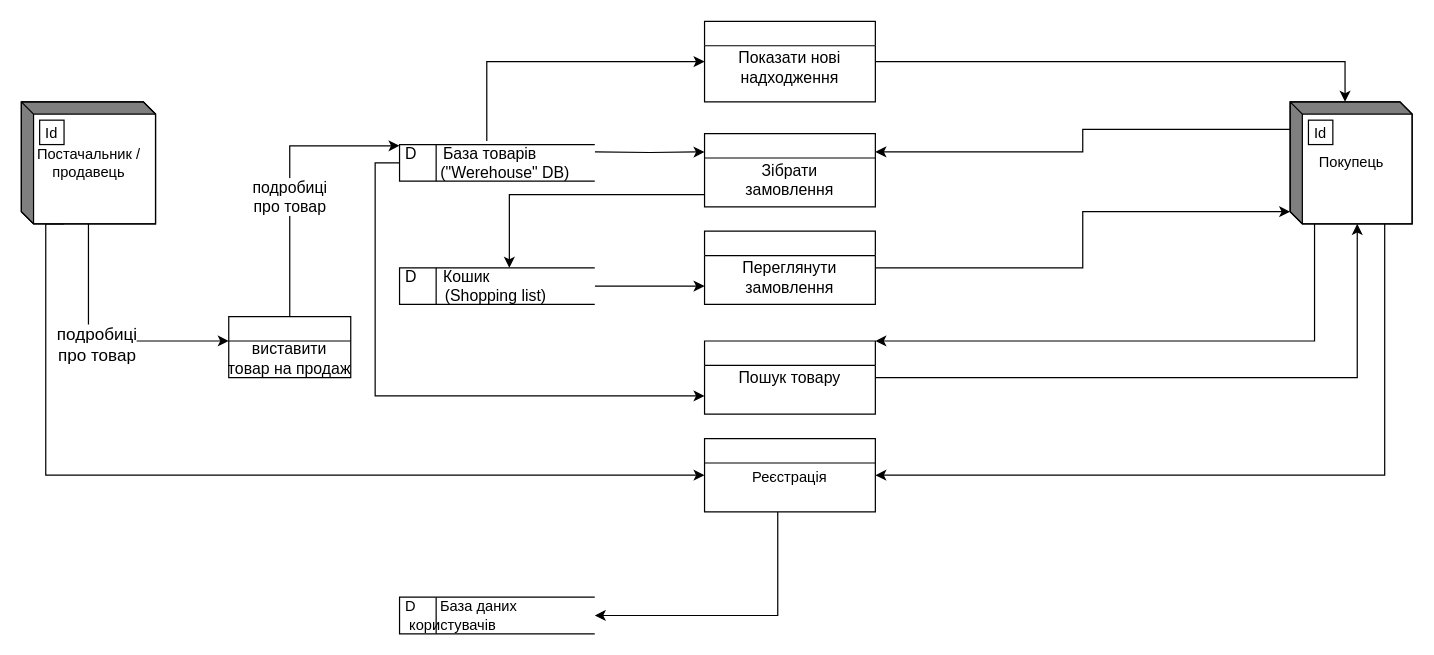
Shylo-Ivan-MIT/diagrams keeps this draw.io diagram as page "Page-2" (2 of 3) of FolderD/Untitled Diagram.drawio. Above is the earlier version. Source tidied: cells renumbered, new cells numbered last; positions are measured from the earlier drawing's top-left corner, leaving out a move shared by most shapes. Both pictures are drawn from the tidied source at 122%, with x=0, y=0 at pixel (21, 21).
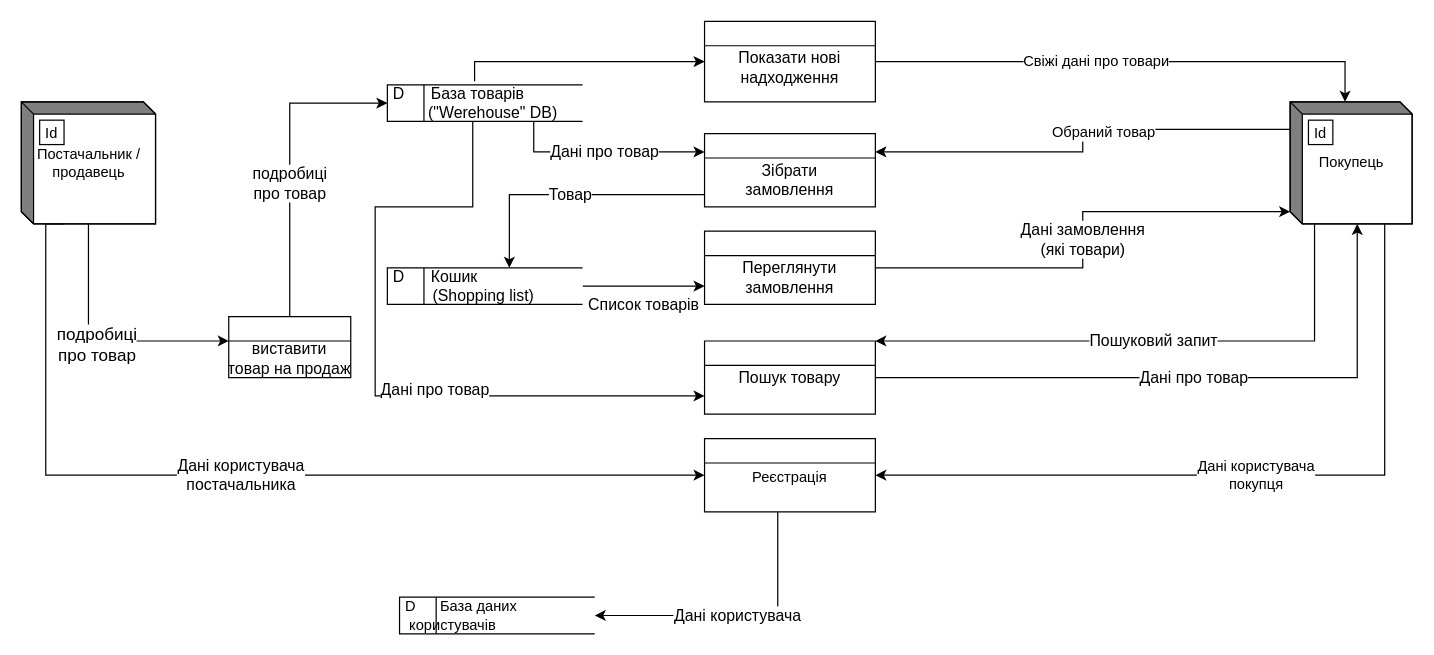
The same diagram, later.

Unchanged cells that the change refers to:
```xml
<mxCell id="8" style="edgeStyle=orthogonalEdgeStyle;rounded=0;jettySize=auto;html=1;entryX=0;entryY=0;entryDx=45;entryDy=0;entryPerimeter=0;fontSize=13;" parent="1" edge="1" source="9" target="18">
  <mxGeometry relative="1" as="geometry" />
</mxCell>
<mxCell id="9" value="&#10;Показати нові&#10;надходження" style="swimlane;fontStyle=0;horizontal=1;startSize=20;fillColor=#ffffff;swimlaneFillColor=#ffffff;verticalAlign=top;fontSize=13;" parent="1" vertex="1">
  <mxGeometry x="560" width="140" height="66" as="geometry" />
</mxCell>
<mxCell id="13" value="Постачальник /&lt;br&gt;продавець" style="html=1;dashed=0;whitespace=wrap;shape=mxgraph.dfd.externalEntity;" parent="1" vertex="1">
  <mxGeometry y="66" width="110" height="100" as="geometry" />
</mxCell>
<mxCell id="16" style="edgeStyle=orthogonalEdgeStyle;rounded=0;jettySize=auto;html=1;exitX=0;exitY=0;exitDx=0;exitDy=22.5;exitPerimeter=0;entryX=1;entryY=0.25;entryDx=0;entryDy=0;fontSize=13;" parent="1" edge="1" source="18" target="21">
  <mxGeometry relative="1" as="geometry" />
</mxCell>
<mxCell id="18" value="Покупець" style="html=1;dashed=0;whitespace=wrap;shape=mxgraph.dfd.externalEntity;" parent="1" vertex="1">
  <mxGeometry x="1040" y="66" width="100" height="100" as="geometry" />
</mxCell>
<mxCell id="21" value="&#10;Зібрати &#10;замовлення" style="swimlane;fontStyle=0;horizontal=1;startSize=20;fillColor=#ffffff;swimlaneFillColor=#ffffff;verticalAlign=top;labelPosition=center;verticalLabelPosition=middle;align=center;fontSize=13;" parent="1" vertex="1">
  <mxGeometry x="560" y="92" width="140" height="60" as="geometry" />
</mxCell>
<mxCell id="23" value="&#10;Переглянути&#10;замовлення" style="swimlane;fontStyle=0;horizontal=1;startSize=20;fillColor=#ffffff;swimlaneFillColor=#ffffff;verticalAlign=top;fontSize=13;" parent="1" vertex="1">
  <mxGeometry x="560" y="172" width="140" height="60" as="geometry" />
</mxCell>
<mxCell id="25" value="&#10;Пошук товару" style="swimlane;fontStyle=0;horizontal=1;startSize=20;fillColor=#ffffff;swimlaneFillColor=#ffffff;verticalAlign=top;fontSize=13;" parent="1" vertex="1">
  <mxGeometry x="560" y="262" width="140" height="60" as="geometry" />
</mxCell>
<mxCell id="27" value="&#10;&#10;&#10;Реєстрація" style="swimlane;fontStyle=0;horizontal=1;startSize=20;fillColor=#ffffff;swimlaneFillColor=#ffffff;" parent="1" vertex="1">
  <mxGeometry x="560" y="342" width="140" height="60" as="geometry" />
</mxCell>
<mxCell id="30" value="&#10;&#10;&#10;виставити &#10;товар на продаж" style="swimlane;fontStyle=0;horizontal=1;startSize=20;fillColor=#ffffff;swimlaneFillColor=#ffffff;fontSize=13;" parent="1" vertex="1">
  <mxGeometry x="170" y="242" width="100" height="50" as="geometry" />
</mxCell>
<mxCell id="31" value="D&amp;nbsp; &amp;nbsp; &amp;nbsp; База даних &lt;br&gt;&lt;span style=&quot;white-space: pre&quot;&gt; &lt;/span&gt;користувачів" style="html=1;dashed=0;whitespace=wrap;shape=mxgraph.dfd.dataStoreID;align=left;spacingLeft=3;points=[[0,0],[0.5,0],[1,0],[0,0.5],[1,0.5],[0,1],[0.5,1],[1,1]];" parent="1" vertex="1">
  <mxGeometry x="310" y="472" width="160" height="30" as="geometry" />
</mxCell>
```

Diff of the diagram source:
```diff
@@
     <mxCell id="2" style="edgeStyle=orthogonalEdgeStyle;rounded=0;jettySize=auto;html=1;entryX=0;entryY=0.5;entryDx=0;entryDy=0;fontSize=13;exitX=0.447;exitY=-0.1;exitDx=0;exitDy=0;exitPerimeter=0;" parent="1" edge="1" source="5" target="9">
       <mxGeometry relative="1" as="geometry">
         <Array as="points">
-          <mxPoint x="382" y="33" />
+          <mxPoint x="372" y="33" />
         </Array>
       </mxGeometry>
     </mxCell>
-    <mxCell id="3" style="edgeStyle=orthogonalEdgeStyle;rounded=0;jettySize=auto;html=1;fontSize=13;entryX=0;entryY=0.75;entryDx=0;entryDy=0;" parent="1" edge="1" source="5" target="25">
-      <mxGeometry relative="1" as="geometry">
+    <mxCell id="3" value="Дані про товар" style="edgeStyle=orthogonalEdgeStyle;rounded=0;jettySize=auto;html=1;fontSize=13;entryX=0;entryY=0.75;entryDx=0;entryDy=0;" parent="1" edge="1" source="5" target="25">
+      <mxGeometry x="0.23" y="5" relative="1" as="geometry">
         <Array as="points">
-          <mxPoint x="290" y="116" />
+          <mxPoint x="370" y="152" />
+          <mxPoint x="290" y="152" />
           <mxPoint x="290" y="307" />
         </Array>
       </mxGeometry>
     </mxCell>
-    <mxCell id="4" style="edgeStyle=orthogonalEdgeStyle;rounded=0;jettySize=auto;html=1;entryX=0;entryY=0.25;entryDx=0;entryDy=0;fontSize=13;" parent="1" edge="1" target="21">
-      <mxGeometry relative="1" as="geometry">
-        <mxPoint x="470" y="107" as="sourcePoint" />
-      </mxGeometry>
+    <mxCell id="4" value="Дані про товар" style="edgeStyle=orthogonalEdgeStyle;rounded=0;jettySize=auto;html=1;entryX=0;entryY=0.25;entryDx=0;entryDy=0;fontSize=13;exitX=0.75;exitY=1;exitDx=0;exitDy=0;exitPerimeter=0;" parent="1" edge="1" source="5" target="21">
+      <mxGeometry relative="1" as="geometry" />
     </mxCell>
     <mxCell id="5" value="&lt;font style=&quot;font-size: 13px&quot;&gt;D&amp;nbsp; &amp;nbsp; &amp;nbsp; База товарів&lt;br&gt;&amp;nbsp; &amp;nbsp; &amp;nbsp; &amp;nbsp; (&quot;Werehouse&quot; DB)&lt;/font&gt;" style="html=1;dashed=0;whitespace=wrap;shape=mxgraph.dfd.dataStoreID;align=left;spacingLeft=3;points=[[0,0],[0.5,0],[1,0],[0,0.5],[1,0.5],[0,1],[0.5,1],[1,1]];" parent="1" vertex="1">
-      <mxGeometry x="310" y="101" width="160" height="30" as="geometry" />
+      <mxGeometry x="300" y="52" width="160" height="30" as="geometry" />
     </mxCell>
-    <mxCell id="6" style="edgeStyle=orthogonalEdgeStyle;rounded=0;jettySize=auto;html=1;entryX=0;entryY=0.75;entryDx=0;entryDy=0;fontSize=13;" parent="1" edge="1" source="7" target="23">
-      <mxGeometry relative="1" as="geometry" />
+    <mxCell id="6" value="Список товарів" style="edgeStyle=orthogonalEdgeStyle;rounded=0;jettySize=auto;html=1;entryX=0;entryY=0.75;entryDx=0;entryDy=0;fontSize=13;" parent="1" edge="1" source="7" target="23">
+      <mxGeometry y="-15" relative="1" as="geometry" />
     </mxCell>
     <mxCell id="7" value="&lt;font style=&quot;font-size: 13px&quot;&gt;D&amp;nbsp; &amp;nbsp; &amp;nbsp; Кошик &lt;br&gt;&amp;nbsp; &amp;nbsp; &amp;nbsp; &amp;nbsp; &amp;nbsp;(Shopping list)&lt;/font&gt;" style="html=1;dashed=0;whitespace=wrap;shape=mxgraph.dfd.dataStoreID;align=left;spacingLeft=3;points=[[0,0],[0.5,0],[1,0],[0,0.5],[1,0.5],[0,1],[0.5,1],[1,1]];" parent="1" vertex="1">
-      <mxGeometry x="310" y="202" width="160" height="30" as="geometry" />
+      <mxGeometry x="300" y="202" width="160" height="30" as="geometry" />
     </mxCell>
@@
+    <mxCell id="32" value="Свіжі дані про товари" style="edgeLabel;html=1;align=center;verticalAlign=middle;fontSize=12;" parent="8" vertex="1">
+      <mxGeometry x="-0.14" y="1" relative="1" as="geometry" />
+    </mxCell>
@@
-    <mxCell id="12" style="edgeStyle=orthogonalEdgeStyle;rounded=0;jettySize=auto;html=1;exitX=0;exitY=0;exitDx=35;exitDy=100;exitPerimeter=0;entryX=0;entryY=0.5;entryDx=0;entryDy=0;" parent="1" edge="1" source="13" target="27">
+    <mxCell id="12" value="&lt;font style=&quot;font-size: 13px&quot;&gt;Дані користувача&lt;br&gt;постачальника&lt;br&gt;&lt;/font&gt;" style="edgeStyle=orthogonalEdgeStyle;rounded=0;jettySize=auto;html=1;exitX=0;exitY=0;exitDx=35;exitDy=100;exitPerimeter=0;entryX=0;entryY=0.5;entryDx=0;entryDy=0;" parent="1" edge="1" source="13" target="27">
       <mxGeometry relative="1" as="geometry">
         <Array as="points">
           <mxPoint x="20" y="166" />
           <mxPoint x="20" y="372" />
         </Array>
       </mxGeometry>
     </mxCell>
@@
-    <mxCell id="15" style="edgeStyle=orthogonalEdgeStyle;rounded=0;jettySize=auto;html=1;fontSize=13;" parent="1" edge="1" source="18" target="25">
+    <mxCell id="15" value="Пошуковий запит" style="edgeStyle=orthogonalEdgeStyle;rounded=0;jettySize=auto;html=1;fontSize=13;" parent="1" edge="1" source="18" target="25">
       <mxGeometry relative="1" as="geometry">
         <Array as="points">
           <mxPoint x="1060" y="262" />
         </Array>
       </mxGeometry>
     </mxCell>
@@
+    <mxCell id="33" value="Обраний товар" style="edgeLabel;html=1;align=center;verticalAlign=middle;fontSize=12;" parent="16" vertex="1">
+      <mxGeometry x="-0.14" y="2" relative="1" as="geometry" />
+    </mxCell>
-    <mxCell id="17" style="edgeStyle=orthogonalEdgeStyle;rounded=0;jettySize=auto;html=1;exitX=0;exitY=0;exitDx=77.5;exitDy=100;exitPerimeter=0;entryX=1;entryY=0.5;entryDx=0;entryDy=0;" parent="1" edge="1" source="18" target="27">
+    <mxCell id="17" value="&lt;font style=&quot;font-size: 12px&quot;&gt;Дані користувача&lt;br&gt;покупця&lt;/font&gt;" style="edgeStyle=orthogonalEdgeStyle;rounded=0;jettySize=auto;html=1;exitX=0;exitY=0;exitDx=77.5;exitDy=100;exitPerimeter=0;entryX=1;entryY=0.5;entryDx=0;entryDy=0;" parent="1" edge="1" source="18" target="27">
       <mxGeometry relative="1" as="geometry" />
     </mxCell>
@@
-    <mxCell id="20" style="edgeStyle=orthogonalEdgeStyle;rounded=0;jettySize=auto;html=1;fontSize=13;" parent="1" edge="1" source="21">
+    <mxCell id="20" value="Товар" style="edgeStyle=orthogonalEdgeStyle;rounded=0;jettySize=auto;html=1;fontSize=13;" parent="1" edge="1" source="21">
       <mxGeometry relative="1" as="geometry">
         <mxPoint x="400" y="202" as="targetPoint" />
         <Array as="points">
           <mxPoint x="400" y="142" />
         </Array>
       </mxGeometry>
     </mxCell>
@@
-    <mxCell id="22" style="edgeStyle=orthogonalEdgeStyle;rounded=0;jettySize=auto;html=1;entryX=0;entryY=0;entryDx=0;entryDy=90;entryPerimeter=0;fontSize=13;" parent="1" edge="1" source="23" target="18">
+    <mxCell id="22" value="Дані замовлення &lt;br&gt;(які товари)" style="edgeStyle=orthogonalEdgeStyle;rounded=0;jettySize=auto;html=1;entryX=0;entryY=0;entryDx=0;entryDy=90;entryPerimeter=0;fontSize=13;" parent="1" edge="1" source="23" target="18">
       <mxGeometry relative="1" as="geometry" />
     </mxCell>
@@
-    <mxCell id="24" style="edgeStyle=orthogonalEdgeStyle;rounded=0;jettySize=auto;html=1;entryX=0;entryY=0;entryDx=55;entryDy=100;entryPerimeter=0;fontSize=13;" parent="1" edge="1" source="25" target="18">
+    <mxCell id="24" value="Дані про товар" style="edgeStyle=orthogonalEdgeStyle;rounded=0;jettySize=auto;html=1;entryX=0;entryY=0;entryDx=55;entryDy=100;entryPerimeter=0;fontSize=13;" parent="1" edge="1" source="25" target="18">
       <mxGeometry relative="1" as="geometry" />
     </mxCell>
@@
-    <mxCell id="26" style="edgeStyle=orthogonalEdgeStyle;rounded=0;jettySize=auto;html=1;entryX=1;entryY=0.5;entryDx=0;entryDy=0;" parent="1" edge="1" source="27" target="31">
+    <mxCell id="26" value="&lt;font style=&quot;font-size: 13px&quot;&gt;Дані користувача&lt;/font&gt;" style="edgeStyle=orthogonalEdgeStyle;rounded=0;jettySize=auto;html=1;entryX=1;entryY=0.5;entryDx=0;entryDy=0;" parent="1" edge="1" source="27" target="31">
       <mxGeometry relative="1" as="geometry">
         <Array as="points">
           <mxPoint x="620" y="487" />
         </Array>
       </mxGeometry>
     </mxCell>
@@
-    <mxCell id="28" style="edgeStyle=orthogonalEdgeStyle;rounded=0;jettySize=auto;html=1;fontSize=13;" parent="1" edge="1" source="30">
+    <mxCell id="28" style="edgeStyle=orthogonalEdgeStyle;rounded=0;jettySize=auto;html=1;fontSize=13;entryX=0;entryY=0.5;entryDx=0;entryDy=0;" parent="1" edge="1" source="30" target="5">
       <mxGeometry relative="1" as="geometry">
-        <mxPoint x="310" y="102" as="targetPoint" />
         <Array as="points">
-          <mxPoint x="220" y="102" />
-          <mxPoint x="310" y="102" />
+          <mxPoint x="220" y="67" />
         </Array>
       </mxGeometry>
     </mxCell>
```
